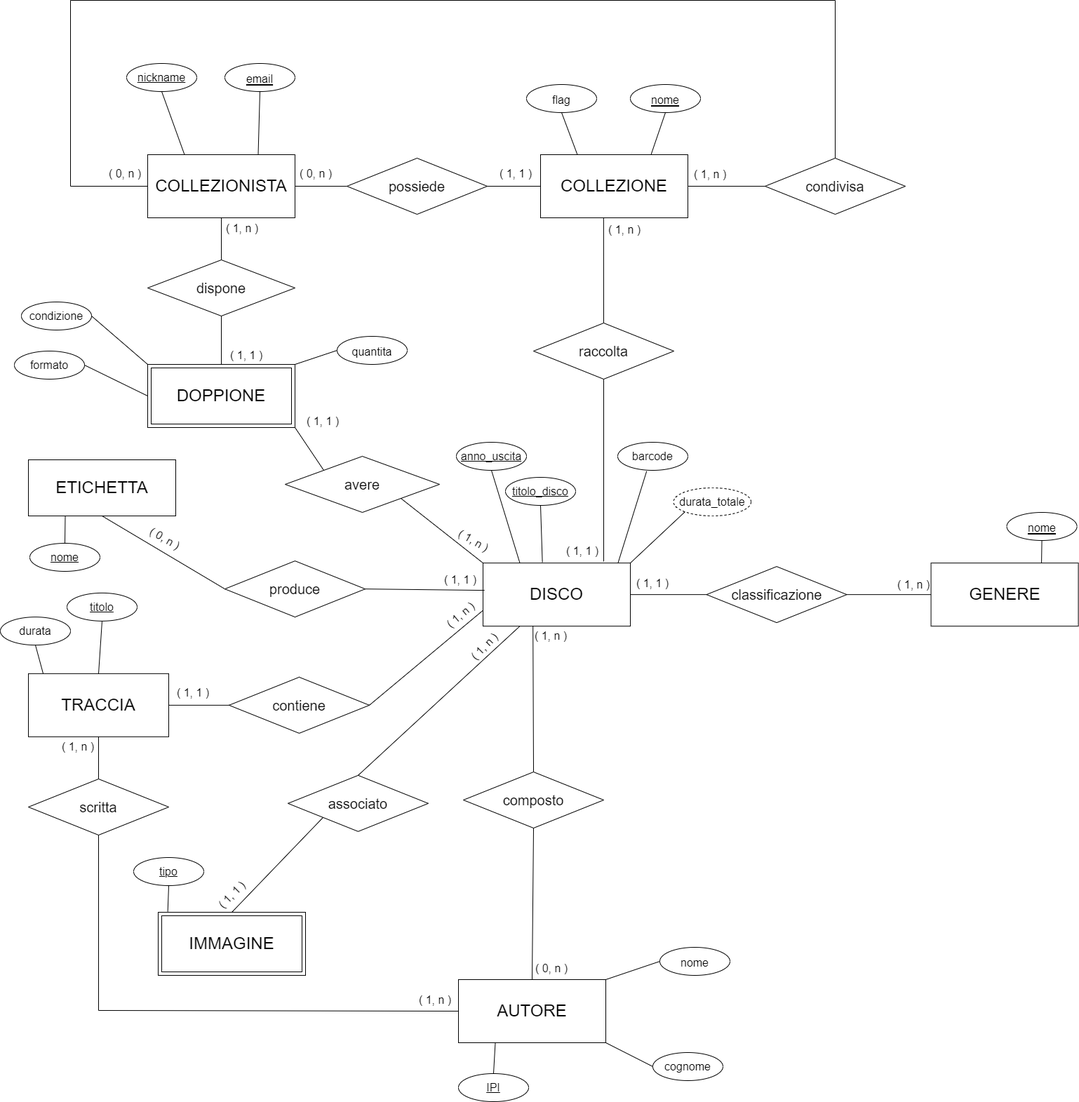
This is SCHEMA_ER_Progetto Imagine.drawio.png from maryluuuu/db-collectors, a draw.io export, as it was before one commit. Source tidied: cells renumbered, new cells last; positions are measured from the earlier drawing's top-left corner, leaving out a move shared by most shapes.
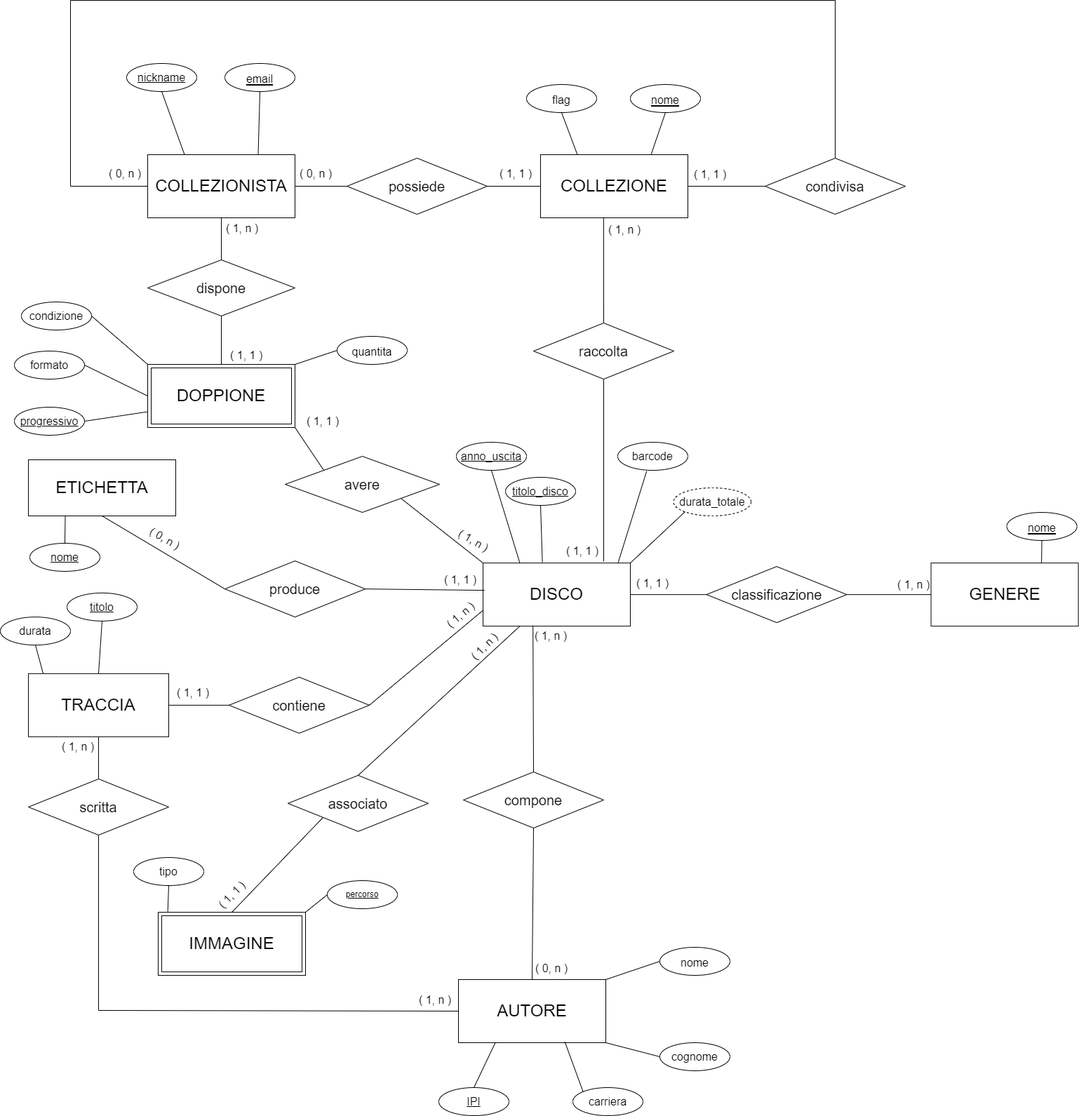
The same diagram one commit later.

Commit message:
Aggiornamento definitivo Schema E-R, Modello Relazionale e SQL

What changed in the source:
```diff
@@ -94,7 +94,7 @@
     <mxCell id="31" value="&lt;font style=&quot;font-size: 16px;&quot;&gt;( 1, 1 )&lt;/font&gt;" style="text;html=1;strokeColor=none;fillColor=none;align=center;verticalAlign=middle;whiteSpace=wrap;rounded=0;fontSize=24;" parent="1" vertex="1">
       <mxGeometry x="705" y="230" width="60" height="30" as="geometry" />
     </mxCell>
-    <mxCell id="32" value="&lt;font style=&quot;font-size: 16px;&quot;&gt;( 1, n )&lt;/font&gt;" style="text;whiteSpace=wrap;html=1;fontSize=24;" parent="1" vertex="1">
+    <mxCell id="32" value="&lt;font style=&quot;font-size: 16px;&quot;&gt;( 1, 1 )&lt;/font&gt;" style="text;whiteSpace=wrap;html=1;fontSize=24;" parent="1" vertex="1">
       <mxGeometry x="987" y="225" width="63" height="40" as="geometry" />
     </mxCell>
     <mxCell id="33" style="endArrow=none;html=1;rounded=0;entryX=0;entryY=0.5;entryDx=0;entryDy=0;exitX=1;exitY=0.5;exitDx=0;exitDy=0;fontSize=24;" parent="1" edge="1" source="39" target="34">
@@ -106,7 +106,7 @@
     <mxCell id="35" value="&lt;font style=&quot;font-size: 20px;&quot;&gt;possiede&lt;/font&gt;" style="shape=rhombus;perimeter=rhombusPerimeter;whiteSpace=wrap;html=1;align=center;fontSize=24;" parent="1" vertex="1">
       <mxGeometry x="494" y="225" width="200" height="80" as="geometry" />
     </mxCell>
-    <mxCell id="36" value="&lt;font style=&quot;font-size: 20px;&quot;&gt;composto&lt;/font&gt;" style="shape=rhombus;perimeter=rhombusPerimeter;whiteSpace=wrap;html=1;align=center;fontSize=24;" parent="1" vertex="1">
+    <mxCell id="36" value="&lt;font style=&quot;font-size: 20px;&quot;&gt;compone&lt;/font&gt;" style="shape=rhombus;perimeter=rhombusPerimeter;whiteSpace=wrap;html=1;align=center;fontSize=24;" parent="1" vertex="1">
       <mxGeometry x="660" y="1100" width="200" height="80" as="geometry" />
     </mxCell>
     <mxCell id="37" style="endArrow=none;html=1;rounded=0;entryX=0.5;entryY=1;entryDx=0;entryDy=0;exitX=0.5;exitY=0;exitDx=0;exitDy=0;fontSize=24;" parent="1" edge="1" source="38" target="36">
@@ -131,7 +131,7 @@
       <mxGeometry x="940" y="1350" width="100" height="40" as="geometry" />
     </mxCell>
     <mxCell id="44" value="cognome" style="ellipse;whiteSpace=wrap;html=1;align=center;fontSize=16;" parent="1" vertex="1">
-      <mxGeometry x="930" y="1500" width="100" height="40" as="geometry" />
+      <mxGeometry x="940" y="1486" width="100" height="40" as="geometry" />
     </mxCell>
     <mxCell id="45" style="endArrow=none;html=1;rounded=0;entryX=0;entryY=0.5;entryDx=0;entryDy=0;exitX=1;exitY=0;exitDx=0;exitDy=0;fontSize=24;" parent="1" edge="1" source="38" target="43">
       <mxGeometry relative="1" as="geometry" />
@@ -143,7 +143,7 @@
       <mxGeometry relative="1" as="geometry" />
     </mxCell>
     <mxCell id="48" value="&lt;u style=&quot;font-size: 16px;&quot;&gt;IPI&lt;/u&gt;" style="ellipse;whiteSpace=wrap;html=1;align=center;fontSize=16;" parent="1" vertex="1">
-      <mxGeometry x="653" y="1530" width="100" height="40" as="geometry" />
+      <mxGeometry x="625" y="1550" width="100" height="40" as="geometry" />
     </mxCell>
     <mxCell id="49" value="( 1, n )" style="text;html=1;strokeColor=none;fillColor=none;align=center;verticalAlign=middle;whiteSpace=wrap;rounded=0;fontSize=16;" parent="1" vertex="1">
       <mxGeometry x="755" y="890.9" width="60" height="30" as="geometry" />
@@ -172,7 +172,7 @@
     <mxCell id="57" value="&lt;u&gt;anno_uscita&lt;/u&gt;" style="ellipse;whiteSpace=wrap;html=1;align=center;fontSize=16;" parent="1" vertex="1">
       <mxGeometry x="650" y="630" width="100" height="40" as="geometry" />
     </mxCell>
-    <mxCell id="58" value="&lt;u style=&quot;font-size: 16px;&quot;&gt;tipo&lt;/u&gt;" style="ellipse;whiteSpace=wrap;html=1;align=center;fontSize=16;" parent="1" vertex="1">
+    <mxCell id="58" value="&lt;span style=&quot;font-size: 16px;&quot;&gt;tipo&lt;/span&gt;" style="ellipse;whiteSpace=wrap;html=1;align=center;fontSize=16;" parent="1" vertex="1">
       <mxGeometry x="190" y="1222" width="100" height="40" as="geometry" />
     </mxCell>
     <mxCell id="59" style="endArrow=none;html=1;rounded=0;entryX=0.065;entryY=-0.011;entryDx=0;entryDy=0;exitX=0.5;exitY=1;exitDx=0;exitDy=0;fontSize=16;entryPerimeter=0;" parent="1" edge="1" source="58" target="78">
@@ -325,5 +325,23 @@
     <mxCell id="104" style="endArrow=none;html=1;rounded=0;entryX=0;entryY=1;entryDx=0;entryDy=0;exitX=1;exitY=0;exitDx=0;exitDy=0;" parent="1" edge="1" source="3" target="103">
       <mxGeometry relative="1" as="geometry" />
     </mxCell>
+    <mxCell id="105" value="&lt;font style=&quot;font-size: 16px;&quot;&gt;progressivo&lt;/font&gt;" style="ellipse;whiteSpace=wrap;html=1;align=center;fontStyle=4;" parent="1" vertex="1">
+      <mxGeometry x="20" y="580" width="100" height="40" as="geometry" />
+    </mxCell>
+    <mxCell id="106" style="endArrow=none;html=1;rounded=0;entryX=0;entryY=0.75;entryDx=0;entryDy=0;exitX=1;exitY=0.5;exitDx=0;exitDy=0;" parent="1" edge="1" source="105" target="91">
+      <mxGeometry relative="1" as="geometry" />
+    </mxCell>
+    <mxCell id="107" value="percorso" style="ellipse;whiteSpace=wrap;html=1;align=center;fontStyle=4;" parent="1" vertex="1">
+      <mxGeometry x="466" y="1255" width="100" height="40" as="geometry" />
+    </mxCell>
+    <mxCell id="108" style="endArrow=none;html=1;rounded=0;entryX=0;entryY=0.5;entryDx=0;entryDy=0;exitX=1;exitY=0;exitDx=0;exitDy=0;" parent="1" edge="1" source="78" target="107">
+      <mxGeometry relative="1" as="geometry" />
+    </mxCell>
+    <mxCell id="109" style="endArrow=none;html=1;rounded=0;entryX=0.722;entryY=0.986;entryDx=0;entryDy=0;entryPerimeter=0;exitX=0;exitY=0;exitDx=0;exitDy=0;" parent="1" edge="1" source="110" target="38">
+      <mxGeometry relative="1" as="geometry" />
+    </mxCell>
+    <mxCell id="110" value="&lt;font style=&quot;font-size: 16px;&quot;&gt;carriera&lt;/font&gt;" style="ellipse;whiteSpace=wrap;html=1;align=center;" parent="1" vertex="1">
+      <mxGeometry x="816" y="1550" width="100" height="40" as="geometry" />
+    </mxCell>
   </root>
 </mxGraphModel>
```
